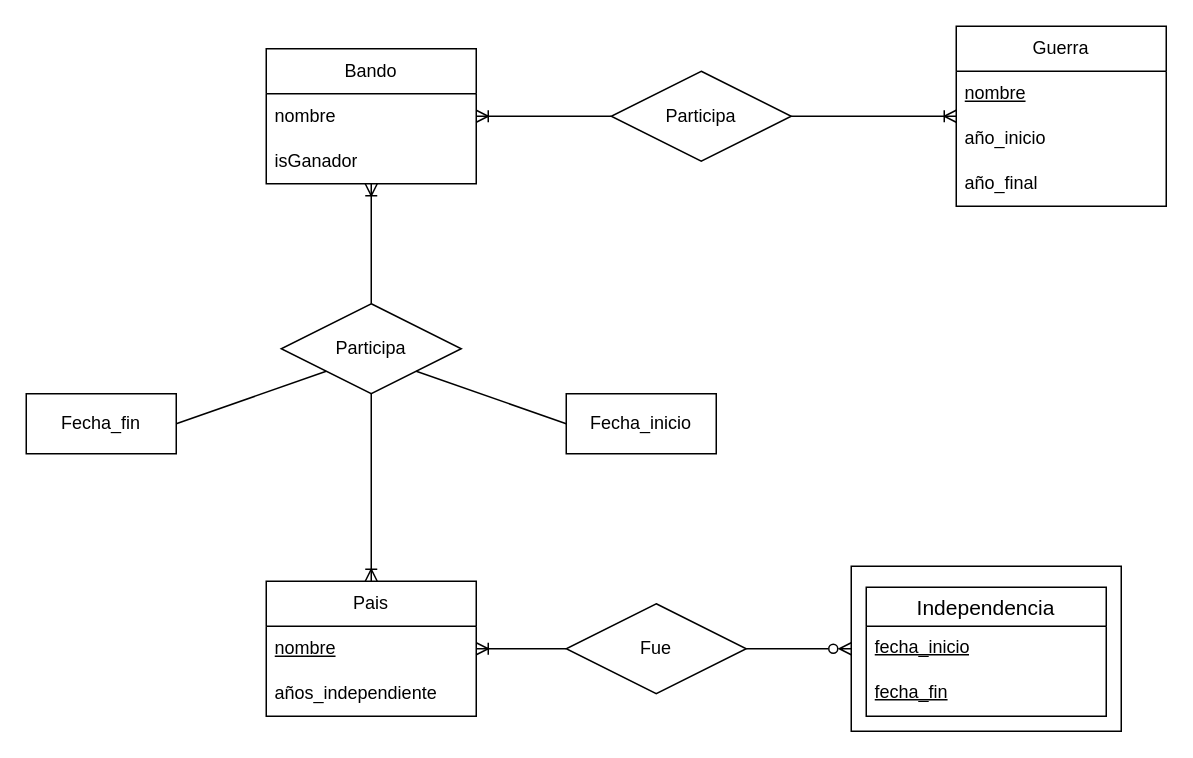
Above: page "Página-1" (1 of 2) of TA12Ej4.drawio in AlejandroCara/acr-tsys-modeloER-drawio-1110 (draw.io), before the change. Source tidied: cells renumbered, new cells numbered last; positions are measured from the earlier drawing's top-left corner, leaving out a move shared by most shapes. Both pictures are drawn from the tidied source at 150%, with x=0, y=0 at pixel (26, 26).
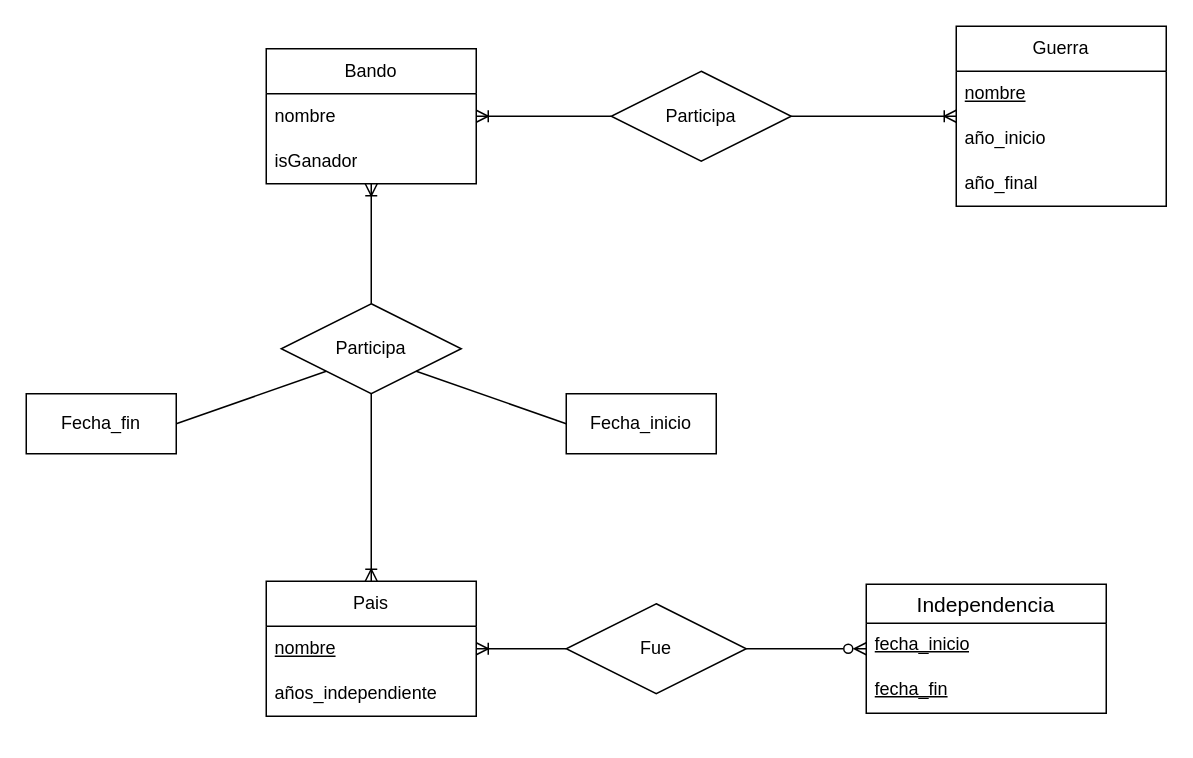
Above is the later version.

Unchanged cells that the change refers to:
```xml
<mxCell id="18" value="Fue" style="shape=rhombus;perimeter=rhombusPerimeter;whiteSpace=wrap;html=1;align=center;" parent="1" vertex="1">
  <mxGeometry x="360" y="385" width="120" height="60" as="geometry" />
</mxCell>
```

Change to the diagram source:
```diff
@@
-    <mxCell id="9" style="whiteSpace=wrap;html=1;align=center;" parent="1" vertex="1">
-      <mxGeometry x="550" y="360" width="180" height="110" as="geometry" />
-    </mxCell>
     <mxCell id="10" value="Independencia" style="swimlane;fontStyle=0;horizontal=1;startSize=26;align=center;fontSize=14;" parent="1" vertex="1">
-      <mxGeometry x="560" y="374" width="160" height="86" as="geometry" />
+      <mxGeometry x="560" y="372" width="160" height="86" as="geometry" />
     </mxCell>
@@
-    <mxCell id="16" style="edgeStyle=orthogonalEdgeStyle;rounded=0;jettySize=auto;html=1;entryX=0;entryY=0.5;entryDx=0;entryDy=0;endArrow=ERzeroToMany;endFill=0;" parent="1" edge="1" source="18" target="9">
+    <mxCell id="16" style="edgeStyle=orthogonalEdgeStyle;rounded=0;jettySize=auto;html=1;endArrow=ERzeroToMany;endFill=0;" parent="1" edge="1" source="18" target="10">
       <mxGeometry relative="1" as="geometry" />
     </mxCell>
```
